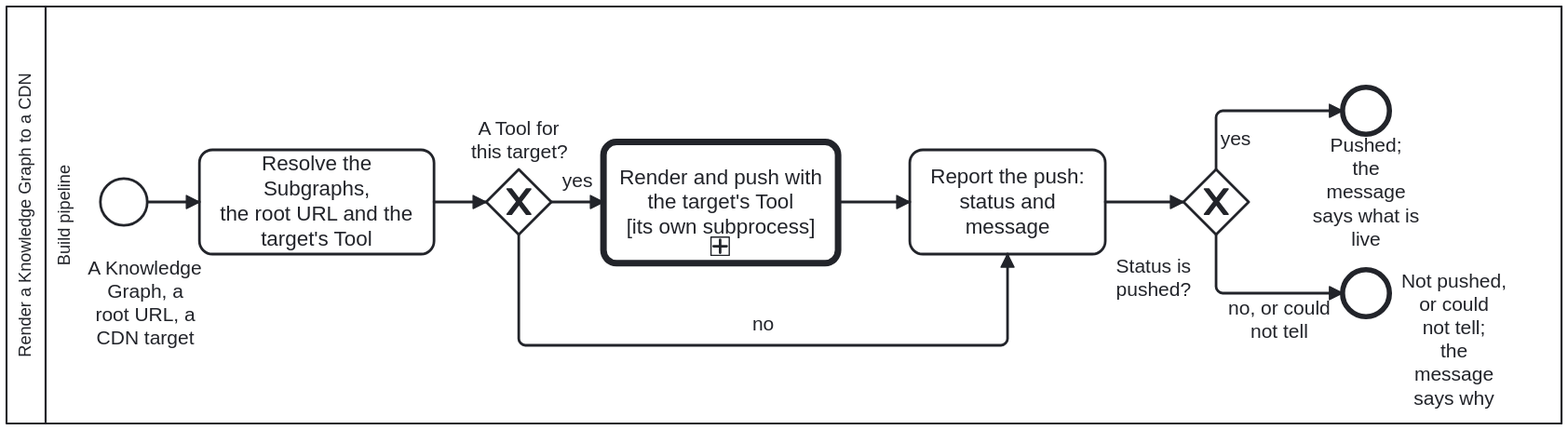
The BPMN diagram docs/assets/img/workflows/render-kg-to-cdn.svg in litlfred/cat-harness, before a commit. Its source is kept beside it as processes/process/render-kg-to-cdn.bpmn. Ids are renumbered.
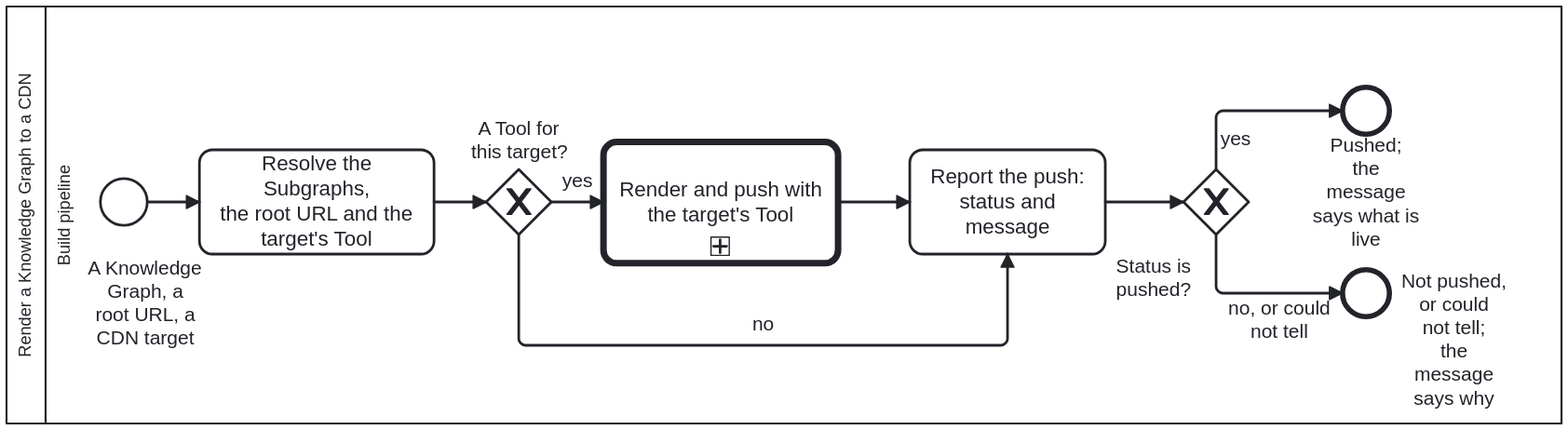
The same file after the commit.

Change to the diagram source:
```diff
@@ -51,7 +51,7 @@
       <bpmn:outgoing>Flow_3</bpmn:outgoing>
       <bpmn:outgoing>Flow_4</bpmn:outgoing>
     </bpmn:exclusiveGateway>
-    <bpmn:callActivity id="Call_ToolSubprocess" name="Render and push with&#10;the target's Tool&#10;[its own subprocess]">
+    <bpmn:callActivity id="Call_ToolSubprocess" name="Render and push with&#10;the target's Tool">
       <bpmn:documentation>BOUND BY THE TOOL, so no `calledElement` is written here: the activity names the skill, the Tool satisfies it, and the Tool's `subprocesses` are what this descends into — for `gh-pages`, bootstrap-tools' render-kg-to-github-pages (make sure gh-pages exists and Pages serves it, stage, check the staging, commit onto gh-pages, check what is served). A diagram that named it would make every other CDN a second copy of this process. Whatever the Tool, it returns the two outputs below.</bpmn:documentation>
       <bpmn:extensionElements><bootstrap.processes:skill ref="render-kg-to-cdn"/></bpmn:extensionElements>
       <bpmn:incoming>Flow_3</bpmn:incoming>
```
